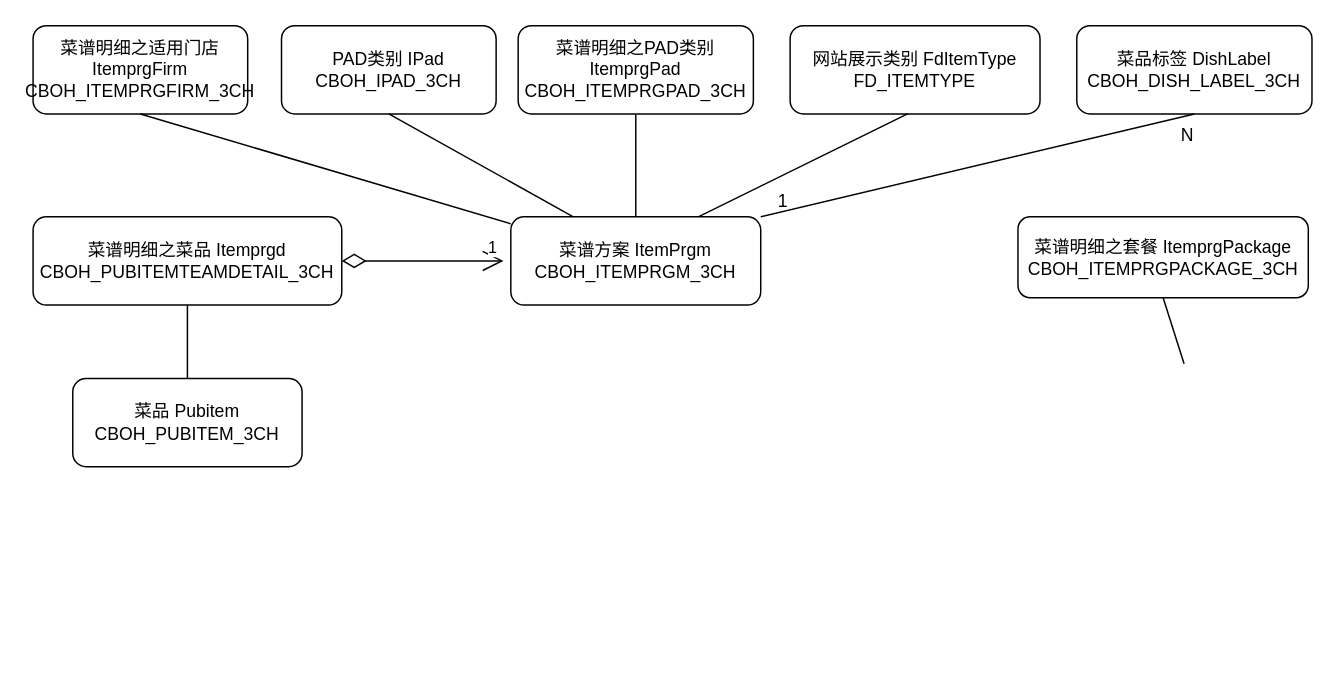
This is 菜谱.drawio from liuchenwei2000/diagram, a draw.io file, before an edit. Source tidied: cells renumbered, new cells numbered last; positions are measured from the earlier drawing's top-left corner, leaving out a move shared by most shapes. Both pictures are drawn from the tidied source at 147%, with x=0, y=0 at pixel (32, 25).
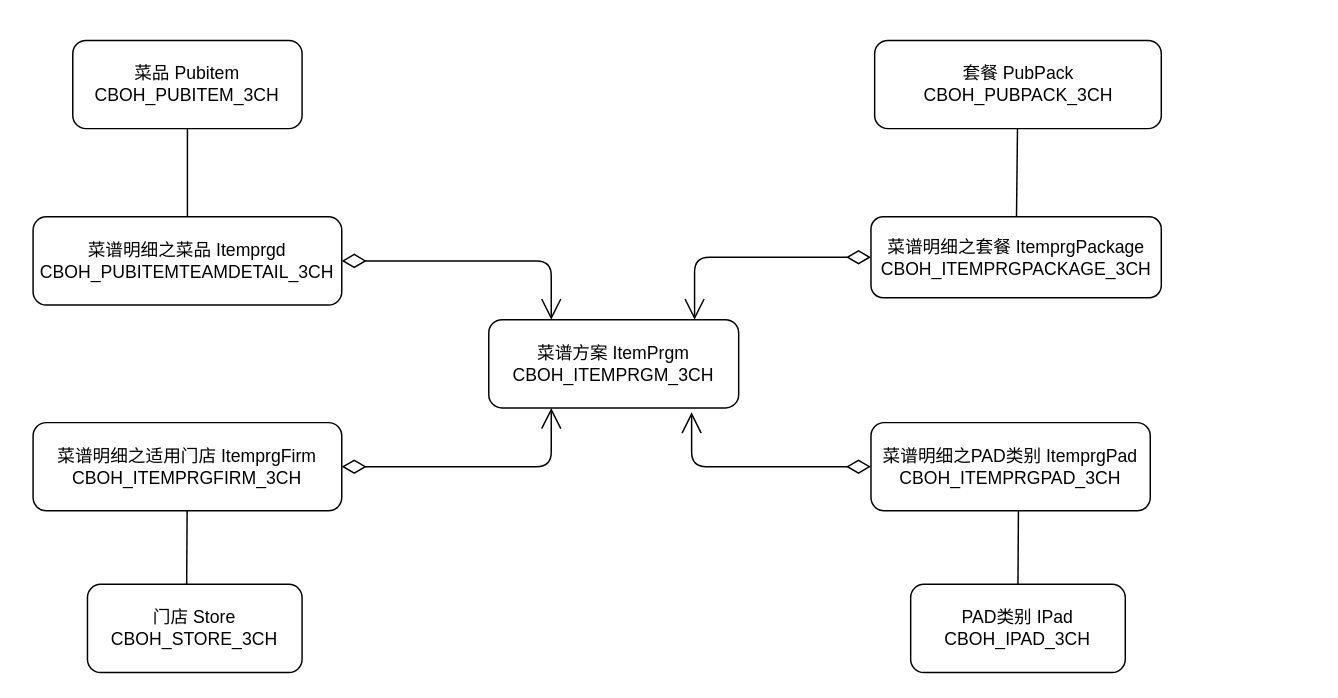
Above is the later version.

The change refers to these unchanged cells:
```xml
<mxCell id="15" value="菜谱明细之菜品 Itemprgd&lt;br&gt;CBOH_PUBITEMTEAMDETAIL_3CH" style="rounded=1;whiteSpace=wrap;html=1;" parent="1" vertex="1">
  <mxGeometry y="130" width="210" height="60" as="geometry" />
</mxCell>
```

What changed in the source:
```diff
@@
     <mxCell id="2" value="PAD类别 IPad&lt;br&gt;CBOH_IPAD_3CH" style="rounded=1;whiteSpace=wrap;html=1;" parent="1" vertex="1">
-      <mxGeometry x="169" width="146" height="60" as="geometry" />
+      <mxGeometry x="597" y="380" width="146" height="60" as="geometry" />
     </mxCell>
     <mxCell id="3" value="菜谱明细之适用门店 ItemprgFirm&lt;br&gt;CBOH_ITEMPRGFIRM_3CH" style="rounded=1;whiteSpace=wrap;html=1;" parent="1" vertex="1">
-      <mxGeometry width="146" height="60" as="geometry" />
+      <mxGeometry y="270" width="210" height="60" as="geometry" />
     </mxCell>
     <mxCell id="4" value="菜谱明细之PAD类别 ItemprgPad&lt;br&gt;CBOH_ITEMPRGPAD_3CH" style="rounded=1;whiteSpace=wrap;html=1;" parent="1" vertex="1">
-      <mxGeometry x="330" width="160" height="60" as="geometry" />
+      <mxGeometry x="570" y="270" width="190" height="60" as="geometry" />
     </mxCell>
     <mxCell id="5" value="菜品 Pubitem&lt;br&gt;CBOH_PUBITEM_3CH" style="rounded=1;whiteSpace=wrap;html=1;" parent="1" vertex="1">
-      <mxGeometry x="27" y="240" width="156" height="60" as="geometry" />
+      <mxGeometry x="27" y="10" width="156" height="60" as="geometry" />
     </mxCell>
     <mxCell id="6" value="菜谱方案 ItemPrgm&lt;br&gt;CBOH_ITEMPRGM_3CH" style="rounded=1;whiteSpace=wrap;html=1;" parent="1" vertex="1">
-      <mxGeometry x="325" y="130" width="170" height="60" as="geometry" />
+      <mxGeometry x="310" y="200" width="170" height="60" as="geometry" />
     </mxCell>
-    <mxCell id="7" style="endArrow=none;html=1;exitX=0.5;exitY=0;exitDx=0;exitDy=0;entryX=0.5;entryY=1;entryDx=0;entryDy=0;" parent="1" edge="1" source="6" target="4">
-      <mxGeometry relative="1" as="geometry" />
-    </mxCell>
-    <mxCell id="8" value="网站展示类别 FdItemType&lt;br&gt;FD_ITEMTYPE" style="rounded=1;whiteSpace=wrap;html=1;" parent="1" vertex="1">
-      <mxGeometry x="515" width="170" height="60" as="geometry" />
-    </mxCell>
-    <mxCell id="9" value="菜品标签&amp;nbsp;DishLabel&lt;br&gt;CBOH_DISH_LABEL_3CH" style="rounded=1;whiteSpace=wrap;html=1;" parent="1" vertex="1">
-      <mxGeometry x="710" width="160" height="60" as="geometry" />
-    </mxCell>
-    <mxCell id="10" style="endArrow=none;html=1;entryX=0.5;entryY=1;entryDx=0;entryDy=0;exitX=1;exitY=0;exitDx=0;exitDy=0;" parent="1" edge="1" source="6" target="9">
-      <mxGeometry relative="1" as="geometry" />
-    </mxCell>
-    <mxCell id="11" value="1" style="endArrow=open;html=1;endSize=12;startArrow=diamondThin;startSize=14;startFill=0;edgeStyle=orthogonalEdgeStyle;align=left;verticalAlign=bottom;exitX=1;exitY=0.5;exitDx=0;exitDy=0;" parent="1" edge="1" source="15">
+    <mxCell id="11" style="endArrow=open;html=1;endSize=12;startArrow=diamondThin;startSize=14;startFill=0;edgeStyle=orthogonalEdgeStyle;align=left;verticalAlign=bottom;exitX=1;exitY=0.5;exitDx=0;exitDy=0;entryX=0.25;entryY=0;entryDx=0;entryDy=0;" parent="1" edge="1" source="15" target="6">
       <mxGeometry x="0.07" y="40" relative="1" as="geometry">
-        <mxPoint x="320" y="160" as="targetPoint" />
         <mxPoint x="40" y="40" as="offset" />
       </mxGeometry>
     </mxCell>
-    <mxCell id="12" value="N" style="text;html=1;align=center;verticalAlign=middle;" parent="1" vertex="1">
-      <mxGeometry x="775" y="65" width="20" height="20" as="geometry" />
-    </mxCell>
-    <mxCell id="13" value="1" style="text;html=1;align=center;verticalAlign=middle;" parent="1" vertex="1">
-      <mxGeometry x="500" y="110" width="20" height="20" as="geometry" />
-    </mxCell>
     <mxCell id="14" value="菜谱明细之套餐 ItemprgPackage&lt;br&gt;CBOH_ITEMPRGPACKAGE_3CH" style="rounded=1;whiteSpace=wrap;html=1;" parent="1" vertex="1">
-      <mxGeometry x="670" y="130" width="197.5" height="55" as="geometry" />
+      <mxGeometry x="570" y="130" width="197.5" height="55" as="geometry" />
     </mxCell>
@@
-    <mxCell id="16" style="endArrow=none;html=1;entryX=0.5;entryY=1;entryDx=0;entryDy=0;" parent="1" edge="1" source="6" target="3">
-      <mxGeometry relative="1" as="geometry" />
-    </mxCell>
-    <mxCell id="17" style="endArrow=none;html=1;entryX=0.5;entryY=1;entryDx=0;entryDy=0;exitX=0.25;exitY=0;exitDx=0;exitDy=0;" parent="1" edge="1" source="6" target="2">
-      <mxGeometry relative="1" as="geometry" />
-    </mxCell>
-    <mxCell id="18" style="endArrow=none;html=1;entryX=0.472;entryY=0.997;entryDx=0;entryDy=0;entryPerimeter=0;exitX=0.75;exitY=0;exitDx=0;exitDy=0;" parent="1" edge="1" source="6" target="8">
-      <mxGeometry relative="1" as="geometry" />
-    </mxCell>
-    <mxCell id="19" style="endArrow=none;html=1;entryX=0.5;entryY=1;entryDx=0;entryDy=0;" parent="1" edge="1" target="14">
+    <mxCell id="19" style="endArrow=none;html=1;" parent="1" edge="1" source="21">
       <mxGeometry relative="1" as="geometry">
-        <mxPoint x="783" y="230" as="sourcePoint" />
+        <mxPoint x="669" y="130" as="targetPoint" />
       </mxGeometry>
     </mxCell>
-    <mxCell id="20" style="endArrow=none;html=1;entryX=0.5;entryY=1;entryDx=0;entryDy=0;exitX=0.5;exitY=0;exitDx=0;exitDy=0;" parent="1" edge="1" source="5" target="15">
-      <mxGeometry relative="1" as="geometry" />
+    <mxCell id="20" style="endArrow=none;html=1;" parent="1" edge="1">
+      <mxGeometry relative="1" as="geometry">
+        <mxPoint x="105" y="70" as="sourcePoint" />
+        <mxPoint x="105" y="130" as="targetPoint" />
+      </mxGeometry>
     </mxCell>
+    <mxCell id="21" value="套餐 PubPack&lt;br&gt;CBOH_PUBPACK_3CH" style="rounded=1;whiteSpace=wrap;html=1;" parent="1" vertex="1">
+      <mxGeometry x="572.5" y="10" width="195" height="60" as="geometry" />
+    </mxCell>
+    <mxCell id="22" style="endArrow=open;html=1;endSize=12;startArrow=diamondThin;startSize=14;startFill=0;edgeStyle=orthogonalEdgeStyle;align=left;verticalAlign=bottom;exitX=1;exitY=0.5;exitDx=0;exitDy=0;entryX=0.25;entryY=1;entryDx=0;entryDy=0;" parent="1" edge="1" source="3" target="6">
+      <mxGeometry x="0.07" y="40" relative="1" as="geometry">
+        <Array as="points">
+          <mxPoint x="353" y="300" />
+        </Array>
+        <mxPoint x="40" y="40" as="offset" />
+      </mxGeometry>
+    </mxCell>
+    <mxCell id="23" style="endArrow=open;html=1;endSize=12;startArrow=diamondThin;startSize=14;startFill=0;edgeStyle=orthogonalEdgeStyle;align=left;verticalAlign=bottom;exitX=0;exitY=0.5;exitDx=0;exitDy=0;" parent="1" edge="1" source="14" target="6">
+      <mxGeometry x="0.07" y="40" relative="1" as="geometry">
+        <Array as="points">
+          <mxPoint x="450" y="158" />
+        </Array>
+        <mxPoint x="40" y="40" as="offset" />
+      </mxGeometry>
+    </mxCell>
+    <mxCell id="24" style="endArrow=open;html=1;endSize=12;startArrow=diamondThin;startSize=14;startFill=0;edgeStyle=orthogonalEdgeStyle;align=left;verticalAlign=bottom;exitX=0;exitY=0.5;exitDx=0;exitDy=0;" parent="1" edge="1">
+      <mxGeometry x="0.07" y="40" relative="1" as="geometry">
+        <mxPoint x="570" y="300" as="sourcePoint" />
+        <mxPoint x="448" y="263" as="targetPoint" />
+        <Array as="points">
+          <mxPoint x="448" y="300" />
+        </Array>
+        <mxPoint x="40" y="40" as="offset" />
+      </mxGeometry>
+    </mxCell>
+    <mxCell id="25" style="endArrow=none;html=1;" parent="1" edge="1">
+      <mxGeometry relative="1" as="geometry">
+        <mxPoint x="670.3" y="330" as="sourcePoint" />
+        <mxPoint x="670" y="380" as="targetPoint" />
+      </mxGeometry>
+    </mxCell>
+    <mxCell id="26" value="门店 Store&lt;br&gt;CBOH_STORE_3CH" style="rounded=1;whiteSpace=wrap;html=1;" parent="1" vertex="1">
+      <mxGeometry x="37" y="380" width="146" height="60" as="geometry" />
+    </mxCell>
+    <mxCell id="27" style="endArrow=none;html=1;" parent="1" edge="1">
+      <mxGeometry relative="1" as="geometry">
+        <mxPoint x="104.8" y="330" as="sourcePoint" />
+        <mxPoint x="104.5" y="380" as="targetPoint" />
+      </mxGeometry>
+    </mxCell>
```
